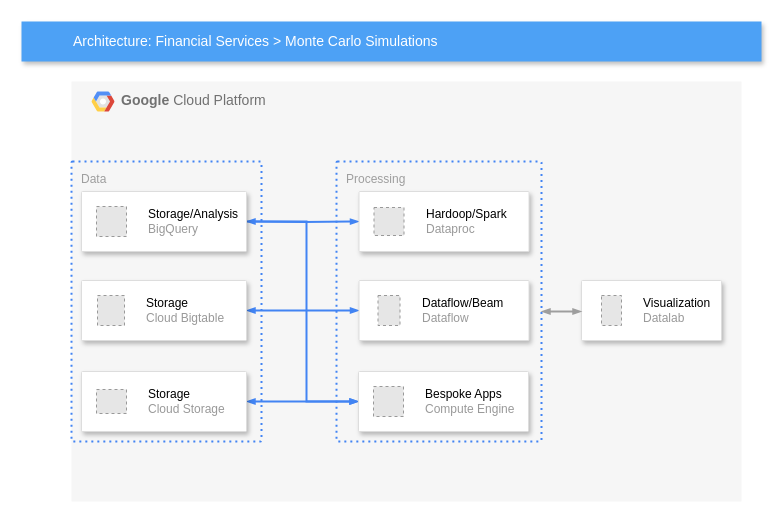
This is test.drawio from TibameSam/ArchitectureDiagram, a draw.io file, before an edit. Source tidied: cells renumbered, new cells numbered last; positions are measured from the earlier drawing's top-left corner, leaving out a move shared by most shapes. Both pictures are drawn from the tidied source at 100%, with x=0, y=0 at pixel (21, 21). Pictures stored in the file or linked from it are replaced by grey dashed boxes.
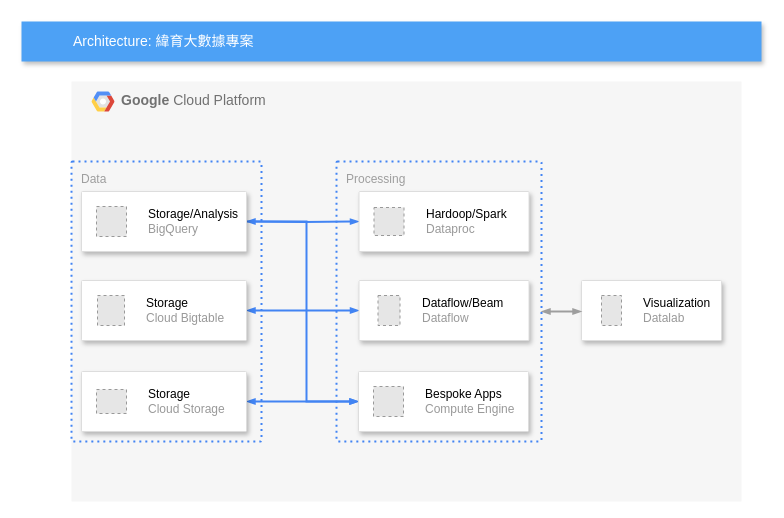
Above is the later version.

The edit, as a diff of the source:
```diff
@@
-    <mxCell id="8" value="Architecture: Financial Services &amp;gt; Monte Carlo Simulations" style="fillColor=#4DA1F5;strokeColor=none;shadow=1;gradientColor=none;fontSize=14;align=left;spacingLeft=50;fontColor=#ffffff;html=1;" parent="1" vertex="1">
+    <mxCell id="8" value="Architecture: 緯育大數據專案" style="fillColor=#4DA1F5;strokeColor=none;shadow=1;gradientColor=none;fontSize=14;align=left;spacingLeft=50;fontColor=#ffffff;html=1;" parent="1" vertex="1">
       <mxGeometry width="740" height="40" as="geometry" />
     </mxCell>
```
